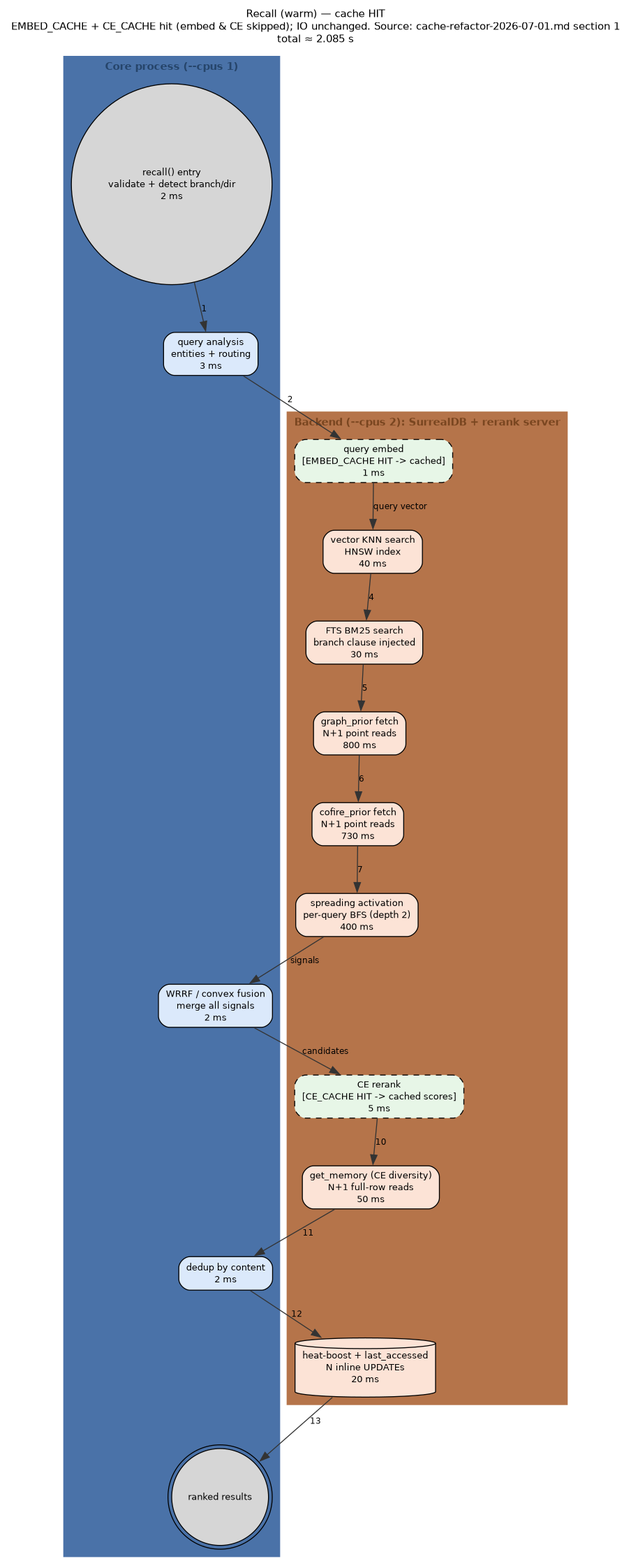
Above: docs/diagrams/out/recall-warm-cache-hit.png in m-agahi/yadgar (Graphviz), before the change. Its source is kept beside it as docs/diagrams/out/recall-warm-cache-hit.dot. The source it was exported from:
```dot
digraph flow {
  rankdir="TB";
  newrank=true;
  compound=true;
  nodesep=0.35;
  ranksep=0.55;
  graph [fontname="Helvetica", fontsize=11, labelloc="t"];
  node  [fontname="Helvetica", fontsize=10];
  edge  [fontname="Helvetica", fontsize=9];
  label="Recall (warm) — cache HIT
EMBED_CACHE + CE_CACHE hit (embed & CE skipped); IO unchanged. Source: cache-refactor-2026-07-01.md section 1
total ≈ 2.085 s";
  subgraph "cluster_core" {
    label="Core process (--cpus 1)";
    style=filled;
    bgcolor="#eef4fb";
    color="#4a72a8";
    fontcolor="#26456b";
    fontname="Helvetica-Bold";
    "entry" [shape="circle", style="filled", fillcolor="#d6d6d6", label="recall() entry\nvalidate + detect branch/dir\n2 ms"];
    "qanalysis" [shape="box", style="rounded,filled", fillcolor="#dbe9fb", label="query analysis\nentities + routing\n3 ms"];
    "fusion" [shape="box", style="rounded,filled", fillcolor="#dbe9fb", label="WRRF / convex fusion\nmerge all signals\n2 ms"];
    "dedup" [shape="box", style="rounded,filled", fillcolor="#dbe9fb", label="dedup by content\n2 ms"];
    "results" [shape="doublecircle", style="filled", fillcolor="#d6d6d6", label="ranked results"];
  }
  subgraph "cluster_backend" {
    label="Backend (--cpus 2): SurrealDB + rerank server";
    style=filled;
    bgcolor="#fbf0ea";
    color="#b5744a";
    fontcolor="#7a4620";
    fontname="Helvetica-Bold";
    "embed" [shape="box", style="rounded,filled,dashed", fillcolor="#e7f6e7", label="query embed\n[EMBED_CACHE HIT -> cached]\n1 ms"];
    "knn" [shape="box", style="rounded,filled", fillcolor="#fce3d6", label="vector KNN search\nHNSW index\n40 ms"];
    "fts" [shape="box", style="rounded,filled", fillcolor="#fce3d6", label="FTS BM25 search\nbranch clause injected\n30 ms"];
    "gprior" [shape="box", style="rounded,filled", fillcolor="#fce3d6", label="graph_prior fetch\nN+1 point reads\n800 ms"];
    "cprior" [shape="box", style="rounded,filled", fillcolor="#fce3d6", label="cofire_prior fetch\nN+1 point reads\n730 ms"];
    "spread" [shape="box", style="rounded,filled", fillcolor="#fce3d6", label="spreading activation\nper-query BFS (depth 2)\n400 ms"];
    "cererank" [shape="box", style="rounded,filled,dashed", fillcolor="#e7f6e7", label="CE rerank\n[CE_CACHE HIT -> cached scores]\n5 ms"];
    "diversity" [shape="box", style="rounded,filled", fillcolor="#fce3d6", label="get_memory (CE diversity)\nN+1 full-row reads\n50 ms"];
    "heat" [shape="cylinder", style="filled", fillcolor="#fce3d6", label="heat-boost + last_accessed\nN inline UPDATEs\n20 ms"];
  }
  "entry" -> "qanalysis" [color="#333333", style="solid", label="1"];
  "qanalysis" -> "embed" [color="#333333", style="solid", label="2"];
  "embed" -> "knn" [color="#333333", style="solid", label="query vector"];
  "knn" -> "fts" [color="#333333", style="solid", label="4"];
  "fts" -> "gprior" [color="#333333", style="solid", label="5"];
  "gprior" -> "cprior" [color="#333333", style="solid", label="6"];
  "cprior" -> "spread" [color="#333333", style="solid", label="7"];
  "spread" -> "fusion" [color="#333333", style="solid", label="signals"];
  "fusion" -> "cererank" [color="#333333", style="solid", label="candidates"];
  "cererank" -> "diversity" [color="#333333", style="solid", label="10"];
  "diversity" -> "dedup" [color="#333333", style="solid", label="11"];
  "dedup" -> "heat" [color="#333333", style="solid", label="12"];
  "heat" -> "results" [color="#333333", style="solid", label="13"];
}
```
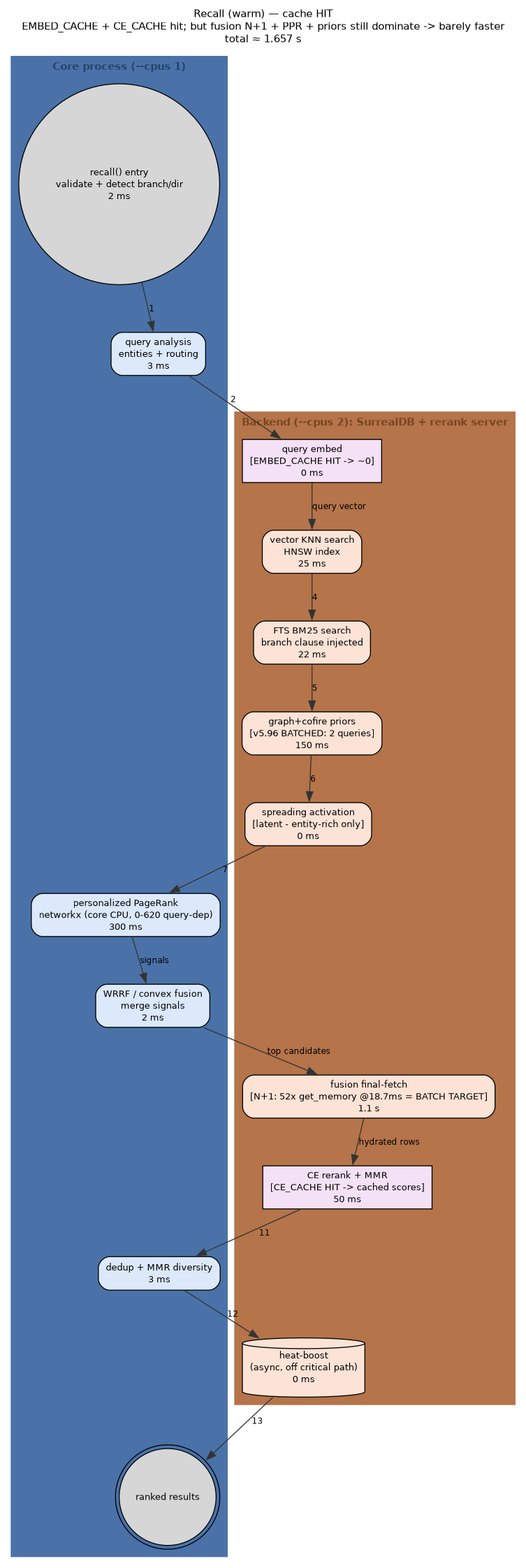
The same file after the commit.

Commit message:
docs(diagrams): refresh recall specs with real profile numbers + re-render

What changed in the source:
```diff
@@ -8,8 +8,8 @@
   node  [fontname="Helvetica", fontsize=10];
   edge  [fontname="Helvetica", fontsize=9];
   label="Recall (warm) — cache HIT
-EMBED_CACHE + CE_CACHE hit (embed & CE skipped); IO unchanged. Source: cache-refactor-2026-07-01.md section 1
-total ≈ 2.085 s";
+EMBED_CACHE + CE_CACHE hit; but fusion N+1 + PPR + priors still dominate -> barely faster
+total ≈ 1.657 s";
   subgraph "cluster_core" {
     label="Core process (--cpus 1)";
     style=filled;
@@ -19,8 +19,9 @@
     fontname="Helvetica-Bold";
     "entry" [shape="circle", style="filled", fillcolor="#d6d6d6", label="recall() entry\nvalidate + detect branch/dir\n2 ms"];
     "qanalysis" [shape="box", style="rounded,filled", fillcolor="#dbe9fb", label="query analysis\nentities + routing\n3 ms"];
-    "fusion" [shape="box", style="rounded,filled", fillcolor="#dbe9fb", label="WRRF / convex fusion\nmerge all signals\n2 ms"];
-    "dedup" [shape="box", style="rounded,filled", fillcolor="#dbe9fb", label="dedup by content\n2 ms"];
+    "ppr" [shape="box", style="rounded,filled", fillcolor="#dbe9fb", label="personalized PageRank\nnetworkx (core CPU, 0-620 query-dep)\n300 ms"];
+    "fusion" [shape="box", style="rounded,filled", fillcolor="#dbe9fb", label="WRRF / convex fusion\nmerge signals\n2 ms"];
+    "dedup" [shape="box", style="rounded,filled", fillcolor="#dbe9fb", label="dedup + MMR diversity\n3 ms"];
     "results" [shape="doublecircle", style="filled", fillcolor="#d6d6d6", label="ranked results"];
   }
   subgraph "cluster_backend" {
@@ -30,27 +31,26 @@
     color="#b5744a";
     fontcolor="#7a4620";
     fontname="Helvetica-Bold";
-    "embed" [shape="box", style="rounded,filled,dashed", fillcolor="#e7f6e7", label="query embed\n[EMBED_CACHE HIT -> cached]\n1 ms"];
-    "knn" [shape="box", style="rounded,filled", fillcolor="#fce3d6", label="vector KNN search\nHNSW index\n40 ms"];
-    "fts" [shape="box", style="rounded,filled", fillcolor="#fce3d6", label="FTS BM25 search\nbranch clause injected\n30 ms"];
-    "gprior" [shape="box", style="rounded,filled", fillcolor="#fce3d6", label="graph_prior fetch\nN+1 point reads\n800 ms"];
-    "cprior" [shape="box", style="rounded,filled", fillcolor="#fce3d6", label="cofire_prior fetch\nN+1 point reads\n730 ms"];
-    "spread" [shape="box", style="rounded,filled", fillcolor="#fce3d6", label="spreading activation\nper-query BFS (depth 2)\n400 ms"];
-    "cererank" [shape="box", style="rounded,filled,dashed", fillcolor="#e7f6e7", label="CE rerank\n[CE_CACHE HIT -> cached scores]\n5 ms"];
-    "diversity" [shape="box", style="rounded,filled", fillcolor="#fce3d6", label="get_memory (CE diversity)\nN+1 full-row reads\n50 ms"];
-    "heat" [shape="cylinder", style="filled", fillcolor="#fce3d6", label="heat-boost + last_accessed\nN inline UPDATEs\n20 ms"];
+    "embed" [shape="box", style="filled", fillcolor="#f5e1f5", label="query embed\n[EMBED_CACHE HIT -> ~0]\n0 ms"];
+    "knn" [shape="box", style="rounded,filled", fillcolor="#fce3d6", label="vector KNN search\nHNSW index\n25 ms"];
+    "fts" [shape="box", style="rounded,filled", fillcolor="#fce3d6", label="FTS BM25 search\nbranch clause injected\n22 ms"];
+    "priors" [shape="box", style="rounded,filled", fillcolor="#fce3d6", label="graph+cofire priors\n[v5.96 BATCHED: 2 queries]\n150 ms"];
+    "spread" [shape="box", style="rounded,filled", fillcolor="#fce3d6", label="spreading activation\n[latent - entity-rich only]\n0 ms"];
+    "fetch" [shape="box", style="rounded,filled", fillcolor="#fce3d6", label="fusion final-fetch\n[N+1: 52x get_memory @18.7ms = BATCH TARGET]\n1.1 s"];
+    "cererank" [shape="box", style="filled", fillcolor="#f5e1f5", label="CE rerank + MMR\n[CE_CACHE HIT -> cached scores]\n50 ms"];
+    "heat" [shape="cylinder", style="filled", fillcolor="#fce3d6", label="heat-boost\n(async, off critical path)\n0 ms"];
   }
   "entry" -> "qanalysis" [color="#333333", style="solid", label="1"];
   "qanalysis" -> "embed" [color="#333333", style="solid", label="2"];
   "embed" -> "knn" [color="#333333", style="solid", label="query vector"];
   "knn" -> "fts" [color="#333333", style="solid", label="4"];
-  "fts" -> "gprior" [color="#333333", style="solid", label="5"];
-  "gprior" -> "cprior" [color="#333333", style="solid", label="6"];
-  "cprior" -> "spread" [color="#333333", style="solid", label="7"];
-  "spread" -> "fusion" [color="#333333", style="solid", label="signals"];
-  "fusion" -> "cererank" [color="#333333", style="solid", label="candidates"];
-  "cererank" -> "diversity" [color="#333333", style="solid", label="10"];
-  "diversity" -> "dedup" [color="#333333", style="solid", label="11"];
+  "fts" -> "priors" [color="#333333", style="solid", label="5"];
+  "priors" -> "spread" [color="#333333", style="solid", label="6"];
+  "spread" -> "ppr" [color="#333333", style="solid", label="7"];
+  "ppr" -> "fusion" [color="#333333", style="solid", label="signals"];
+  "fusion" -> "fetch" [color="#333333", style="solid", label="top candidates"];
+  "fetch" -> "cererank" [color="#333333", style="solid", label="hydrated rows"];
+  "cererank" -> "dedup" [color="#333333", style="solid", label="11"];
   "dedup" -> "heat" [color="#333333", style="solid", label="12"];
   "heat" -> "results" [color="#333333", style="solid", label="13"];
 }
```
